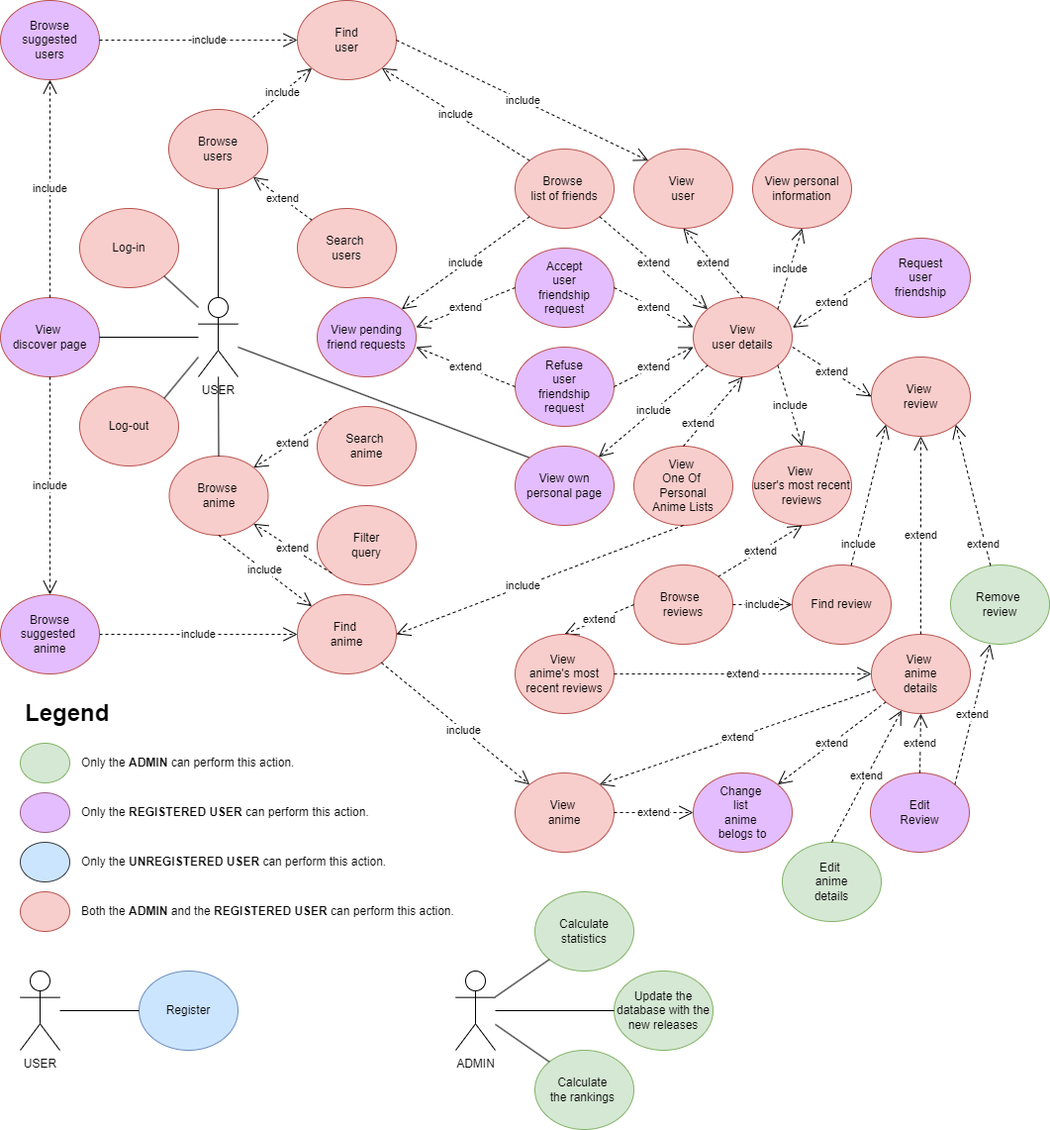
The draw.io diagram 070_presentation/JAN_UseCase_goodTopology_001.png in JacopoCarlon/LSMSDB_Project, before a commit. Source tidied: cells renumbered, new cells last; positions are measured from the earlier drawing's top-left corner, leaving out a move shared by most shapes.
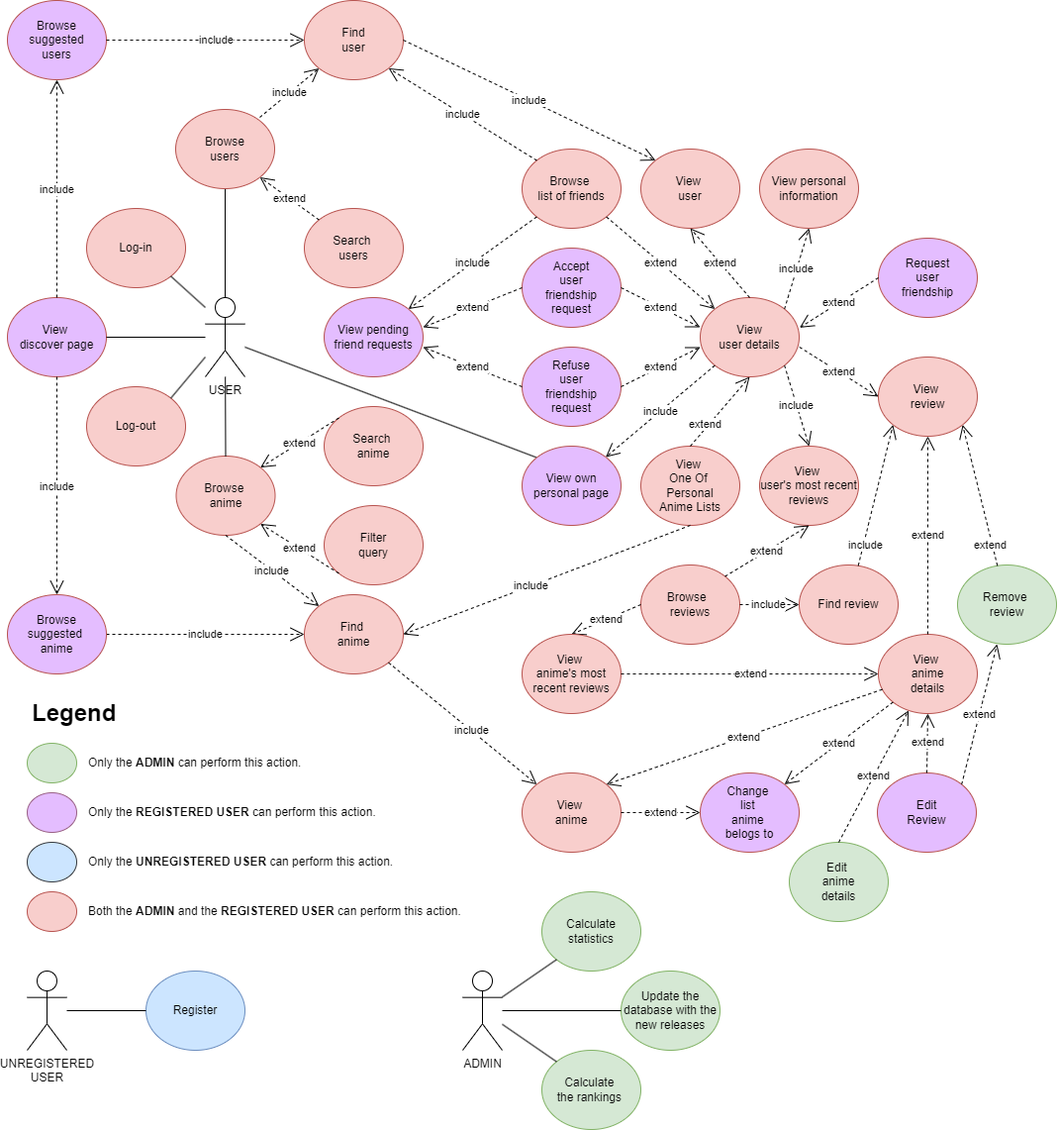
The same diagram one commit later.

The edit, as a diff of the source:
```diff
@@ -296,7 +296,7 @@
     <mxCell id="97" value="include" style="endArrow=open;endSize=12;dashed=1;html=1;rounded=0;exitX=0.85;exitY=0.1;exitDx=0;exitDy=0;entryX=0;entryY=1;entryDx=0;entryDy=0;exitPerimeter=0;" parent="1" edge="1" source="76" target="17">
       <mxGeometry relative="1" as="geometry" />
     </mxCell>
-    <mxCell id="98" value="USER&lt;div&gt;&lt;br&gt;&lt;/div&gt;" style="shape=umlActor;verticalLabelPosition=bottom;verticalAlign=top;html=1;outlineConnect=0;labelBackgroundColor=none;" parent="1" vertex="1">
+    <mxCell id="98" value="UNREGISTERED&lt;div&gt;USER&lt;/div&gt;" style="shape=umlActor;verticalLabelPosition=bottom;verticalAlign=top;html=1;outlineConnect=0;labelBackgroundColor=none;" parent="1" vertex="1">
       <mxGeometry x="20" y="980" width="40" height="80" as="geometry" />
     </mxCell>
     <mxCell id="99" style="endArrow=none;html=1;rounded=0;" parent="1" edge="1" target="98">
```
